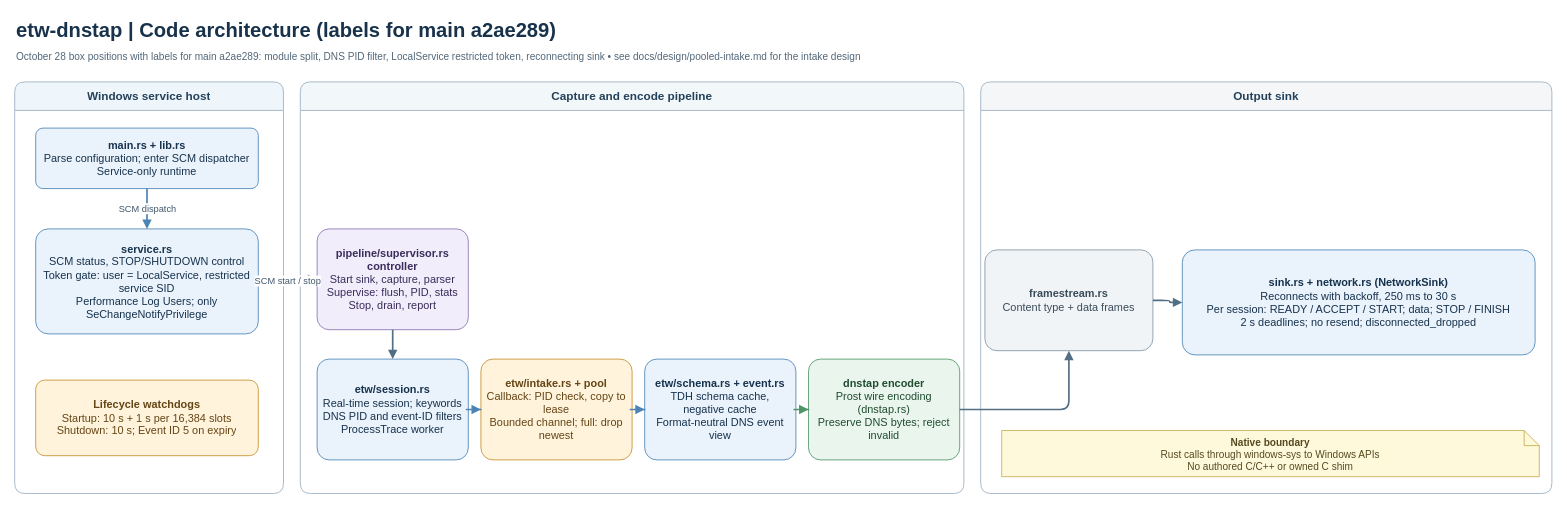
Before: docs/design/diagrams/code-architecture.drawio in miketheitguy/etw-dnstap, a draw.io diagram. Source tidied: cells renumbered, new cells numbered last; positions are measured from the earlier drawing's top-left corner, leaving out a move shared by most shapes. Both pictures are drawn from the tidied source at 84%, with x=0, y=0 at pixel (14, 14).
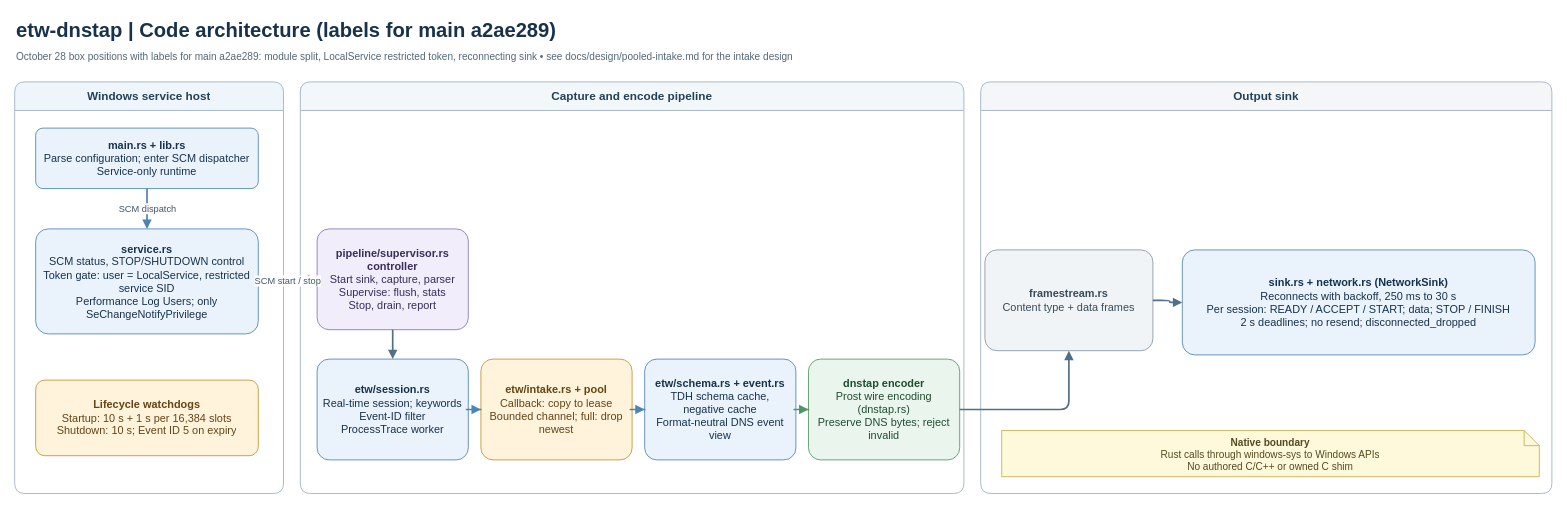
The same page after the edit.

Commit message (it also covers changes not shown here):
Remove the PID filter from the pipeline animation and the diagrams

Diff of the diagram source:
```diff
@@
-    <mxCell id="3" value="October 28 box positions with labels for main a2ae289: module split, DNS PID filter, LocalService restricted token, reconnecting sink • see docs/design/pooled-intake.md for the intake design" style="text;align=left;verticalAlign=middle;fontSize=12;fontColor=#526779;html=1;whiteSpace=wrap;overflow=hidden;" parent="1" vertex="1">
+    <mxCell id="3" value="October 28 box positions with labels for main a2ae289: module split, LocalService restricted token, reconnecting sink • see docs/design/pooled-intake.md for the intake design" style="text;align=left;verticalAlign=middle;fontSize=12;fontColor=#526779;html=1;whiteSpace=wrap;overflow=hidden;" parent="1" vertex="1">
       <mxGeometry y="38" width="1820" height="25" as="geometry" />
     </mxCell>
@@
-    <mxCell id="10" value="&lt;b&gt;pipeline/supervisor.rs controller&lt;/b&gt;&lt;br&gt;Start sink, capture, parser&lt;br&gt;Supervise: flush, PID, stats&lt;br&gt;Stop, drain, report" style="rounded=1;arcSize=12;fillColor=#f1edfa;strokeColor=#8974b4;fontColor=#392d5b;fontSize=13;spacing=8;html=1;whiteSpace=wrap;overflow=hidden;" parent="1" vertex="1">
+    <mxCell id="10" value="&lt;b&gt;pipeline/supervisor.rs controller&lt;/b&gt;&lt;br&gt;Start sink, capture, parser&lt;br&gt;Supervise: flush, stats&lt;br&gt;Stop, drain, report" style="rounded=1;arcSize=12;fillColor=#f1edfa;strokeColor=#8974b4;fontColor=#392d5b;fontSize=13;spacing=8;html=1;whiteSpace=wrap;overflow=hidden;" parent="1" vertex="1">
       <mxGeometry x="360" y="255" width="180" height="120" as="geometry" />
     </mxCell>
-    <mxCell id="11" value="&lt;b&gt;etw/session.rs&lt;/b&gt;&lt;br&gt;Real-time session; keywords&lt;br&gt;DNS PID and event-ID filters&lt;br&gt;ProcessTrace worker" style="rounded=1;arcSize=12;fillColor=#eaf3fb;strokeColor=#4b84b5;fontColor=#17324d;fontSize=13;spacing=8;html=1;whiteSpace=wrap;overflow=hidden;" parent="1" vertex="1">
+    <mxCell id="11" value="&lt;b&gt;etw/session.rs&lt;/b&gt;&lt;br&gt;Real-time session; keywords&lt;br&gt;Event-ID filter&lt;br&gt;ProcessTrace worker" style="rounded=1;arcSize=12;fillColor=#eaf3fb;strokeColor=#4b84b5;fontColor=#17324d;fontSize=13;spacing=8;html=1;whiteSpace=wrap;overflow=hidden;" parent="1" vertex="1">
       <mxGeometry x="360" y="410" width="180" height="120" as="geometry" />
     </mxCell>
-    <mxCell id="12" value="&lt;b&gt;etw/intake.rs + pool&lt;/b&gt;&lt;br&gt;Callback: PID check, copy to lease&lt;br&gt;Bounded channel; full: drop newest" style="rounded=1;arcSize=12;fillColor=#fff3db;strokeColor=#c6902d;fontColor=#644516;fontSize=13;spacing=8;html=1;whiteSpace=wrap;overflow=hidden;" parent="1" vertex="1">
+    <mxCell id="12" value="&lt;b&gt;etw/intake.rs + pool&lt;/b&gt;&lt;br&gt;Callback: copy to lease&lt;br&gt;Bounded channel; full: drop newest" style="rounded=1;arcSize=12;fillColor=#fff3db;strokeColor=#c6902d;fontColor=#644516;fontSize=13;spacing=8;html=1;whiteSpace=wrap;overflow=hidden;" parent="1" vertex="1">
       <mxGeometry x="555" y="410" width="180" height="120" as="geometry" />
     </mxCell>
```
